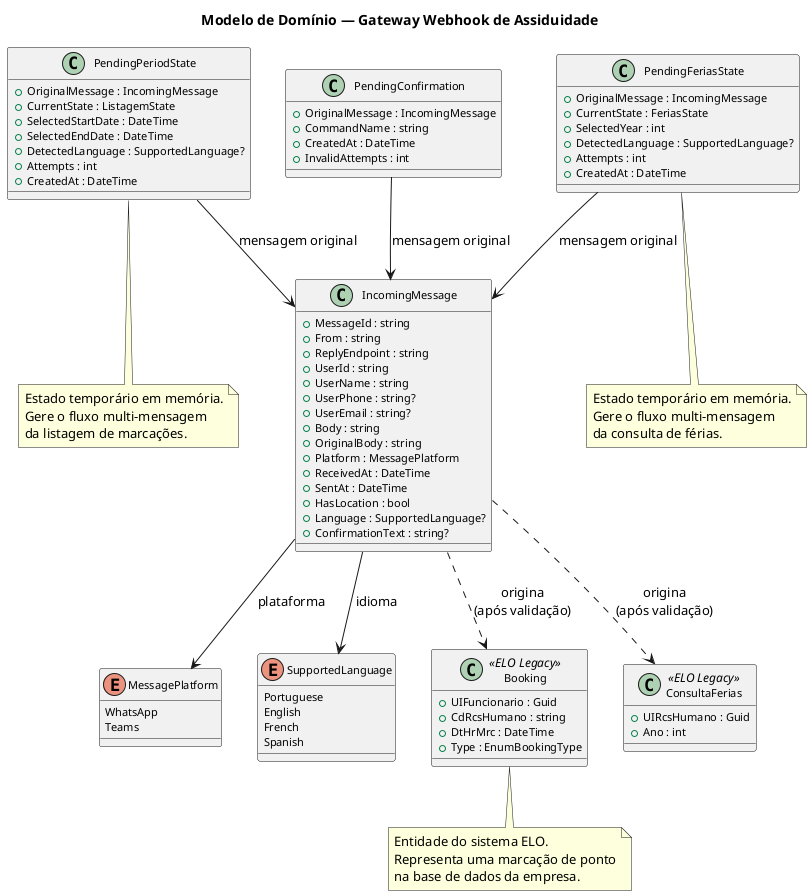
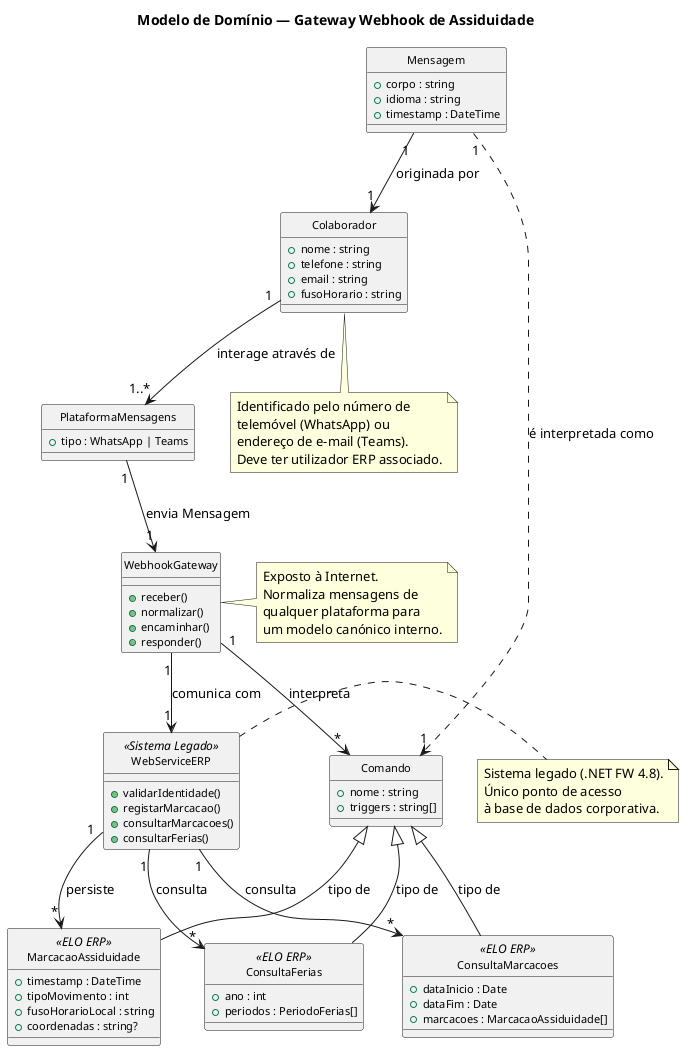
@startuml modelo_dominio
skinparam backgroundColor #FFFFFF
skinparam shadowing false
skinparam defaultFontName "Segoe UI"
skinparam classFontSize 12
skinparam classAttributeFontSize 11
+ hide circle

title Modelo de Domínio — Gateway Webhook de Assiduidade

- ' ─── Enumerações ──────────────────────────────────────────
- enum MessagePlatform {
-     WhatsApp
-     Teams
+ ' ─── Entidades de Domínio ──────────────────────────────────
+ class Colaborador {
+     + nome : string
+     + telefone : string
+     + email : string
+     + fusoHorario : string
}

- enum SupportedLanguage {
-     Portuguese
-     English
-     French
-     Spanish
+ class PlataformaMensagens {
+     + tipo : WhatsApp | Teams
}

- ' ─── Classes de Domínio ───────────────────────────────────
- class IncomingMessage {
-     + MessageId : string
-     + From : string
-     + ReplyEndpoint : string
-     + UserId : string
-     + UserName : string
-     + UserPhone : string?
-     + UserEmail : string?
-     + Body : string
-     + OriginalBody : string
-     + Platform : MessagePlatform
-     + ReceivedAt : DateTime
-     + SentAt : DateTime
-     + HasLocation : bool
-     + Language : SupportedLanguage?
-     + ConfirmationText : string?
+ class Mensagem {
+     + corpo : string
+     + idioma : string
+     + timestamp : DateTime
}

- class PendingConfirmation {
-     + OriginalMessage : IncomingMessage
-     + CommandName : string
-     + CreatedAt : DateTime
-     + InvalidAttempts : int
+ class Comando {
+     + nome : string
+     + triggers : string[]
}

- class PendingPeriodState {
-     + OriginalMessage : IncomingMessage
-     + CurrentState : ListagemState
-     + SelectedStartDate : DateTime
-     + SelectedEndDate : DateTime
-     + DetectedLanguage : SupportedLanguage?
-     + Attempts : int
-     + CreatedAt : DateTime
+ class MarcacaoAssiduidade <<ELO ERP>> {
+     + timestamp : DateTime
+     + tipoMovimento : int
+     + fusoHorarioLocal : string
+     + coordenadas : string?
}

- class Booking <<ELO Legacy>> {
-     + UIFuncionario : Guid
-     + CdRcsHumano : string
-     + DtHrMrc : DateTime
-     + Type : EnumBookingType
+ class ConsultaMarcacoes <<ELO ERP>> {
+     + dataInicio : Date
+     + dataFim : Date
+     + marcacoes : MarcacaoAssiduidade[]
}

- ' ─── Relações ─────────────────────────────────────────────
- IncomingMessage --> MessagePlatform : plataforma
- IncomingMessage --> SupportedLanguage : idioma
- 
- PendingConfirmation --> IncomingMessage : mensagem original
- PendingPeriodState --> IncomingMessage : mensagem original
- 
- IncomingMessage ..> Booking : origina\n(após validação)
- IncomingMessage ..> ConsultaFerias : origina\n(após validação)
- 
- class PendingFeriasState {
-     + OriginalMessage : IncomingMessage
-     + CurrentState : FeriasState
-     + SelectedYear : int
-     + DetectedLanguage : SupportedLanguage?
-     + Attempts : int
-     + CreatedAt : DateTime
+ class ConsultaFerias <<ELO ERP>> {
+     + ano : int
+     + periodos : PeriodoFerias[]
}

- class ConsultaFerias <<ELO Legacy>> {
-     + UIRcsHumano : Guid
-     + Ano : int
+ class WebhookGateway {
+     + receber()
+     + normalizar()
+     + encaminhar()
+     + responder()
}

- PendingFeriasState --> IncomingMessage : mensagem original
+ class WebServiceERP <<Sistema Legado>> {
+     + validarIdentidade()
+     + registarMarcacao()
+     + consultarMarcacoes()
+     + consultarFerias()
+ }

- note bottom of Booking
-   Entidade do sistema ELO.
-   Representa uma marcação de ponto
-   na base de dados da empresa.
+ ' ─── Relações ──────────────────────────────────────────────
+ Colaborador "1" --> "1..*" PlataformaMensagens : interage através de
+ 
+ PlataformaMensagens "1" --> "1" WebhookGateway : envia Mensagem
+ 
+ Mensagem "1" --> "1" Colaborador : originada por
+ Mensagem "1" ..> "1" Comando : é interpretada como
+ 
+ WebhookGateway "1" --> "*" Comando : interpreta
+ WebhookGateway "1" --> "1" WebServiceERP : comunica com
+ 
+ Comando <|-- MarcacaoAssiduidade : tipo de
+ Comando <|-- ConsultaMarcacoes   : tipo de
+ Comando <|-- ConsultaFerias      : tipo de
+ 
+ WebServiceERP "1" --> "*" MarcacaoAssiduidade : persiste
+ WebServiceERP "1" --> "*" ConsultaMarcacoes   : consulta
+ WebServiceERP "1" --> "*" ConsultaFerias      : consulta
+ 
+ note right of WebhookGateway
+   Exposto à Internet.
+   Normaliza mensagens de
+   qualquer plataforma para
+   um modelo canónico interno.
end note

- note bottom of PendingPeriodState
-   Estado temporário em memória.
-   Gere o fluxo multi-mensagem
-   da listagem de marcações.
+ note right of WebServiceERP
+   Sistema legado (.NET FW 4.8).
+   Único ponto de acesso
+   à base de dados corporativa.
end note

- note bottom of PendingFeriasState
-   Estado temporário em memória.
-   Gere o fluxo multi-mensagem
-   da consulta de férias.
+ note bottom of Colaborador
+   Identificado pelo número de
+   telemóvel (WhatsApp) ou
+   endereço de e-mail (Teams).
+   Deve ter utilizador ERP associado.
end note

@enduml
